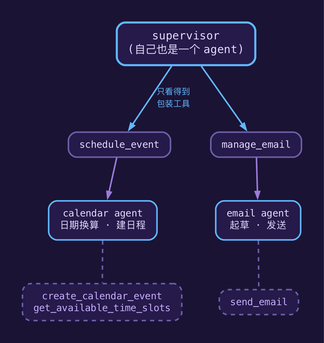
sailor723/langconfig keeps this Graphviz diagram as docs/assets/supervisor-workers.png. Above is the earlier version. Its source is kept beside it as docs/assets/supervisor-workers.dot. Its diagram source:
```dot
digraph supervisor {
  rankdir=TB;
  bgcolor="#1A1334";
  pad=0.45;
  nodesep=0.75;
  ranksep=0.85;
  fontname="Menlo";

  node [shape=box, style="rounded,filled", penwidth=2.2, fontname="Menlo", fontsize=14,
        margin="0.22,0.13", fillcolor="#251A49", color="#9B7BDB", fontcolor="#E5DBFF"];
  edge [fontname="Menlo", fontsize=12, color="#9B7BDB", fontcolor="#C7AEFF",
        penwidth=2.2, arrowsize=0.9];

  sup [label="supervisor\n(自己也是一个 agent)", fontsize=16, penwidth=3.0, color="#62B7FF"];
  sch [label="schedule_event", color="#6E5FA8"];
  mng [label="manage_email", color="#6E5FA8"];
  cal [label="calendar agent\n日期换算 · 建日程", color="#62B7FF"];
  eml [label="email agent\n起草 · 发送", color="#62B7FF"];
  tol [label="create_calendar_event\nget_available_time_slots", shape=box, style="rounded,filled,dashed",
       color="#6E5FA8", fontcolor="#C7AEFF"];
  tol2 [label="send_email", style="rounded,filled,dashed", color="#6E5FA8", fontcolor="#C7AEFF"];

  sup -> sch [label="只看得到\n包装工具", color="#62B7FF", fontcolor="#62B7FF"];
  sup -> mng [color="#62B7FF"];
  sch -> cal;
  mng -> eml;
  cal -> tol [style=dashed, arrowhead=none, color="#6E5FA8"];
  eml -> tol2 [style=dashed, arrowhead=none, color="#6E5FA8"];

  {rank=same; sch; mng;}
  {rank=same; cal; eml;}
  {rank=same; tol; tol2;}
}
```
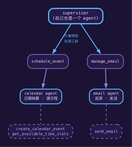
Later version of the same file.

The edit, as a diff of the source:
```diff
@@ -1,17 +1,17 @@
 digraph supervisor {
   rankdir=TB;
   bgcolor="#1A1334";
-  pad=0.45;
-  nodesep=0.75;
-  ranksep=0.85;
+  pad=0.30;
+  nodesep=0.64;
+  ranksep=0.72;
   fontname="Menlo";
 
-  node [shape=box, style="rounded,filled", penwidth=2.2, fontname="Menlo", fontsize=14,
-        margin="0.22,0.13", fillcolor="#251A49", color="#9B7BDB", fontcolor="#E5DBFF"];
-  edge [fontname="Menlo", fontsize=12, color="#9B7BDB", fontcolor="#C7AEFF",
+  node [shape=box, style="rounded,filled", penwidth=2.2, fontname="Menlo", fontsize=10,
+        margin="0.14,0.07", fillcolor="#251A49", color="#9B7BDB", fontcolor="#E5DBFF"];
+  edge [fontname="Menlo", fontsize=9, color="#9B7BDB", fontcolor="#C7AEFF",
         penwidth=2.2, arrowsize=0.9];
 
-  sup [label="supervisor\n(自己也是一个 agent)", fontsize=16, penwidth=3.0, color="#62B7FF"];
+  sup [label="supervisor\n(自己也是一个 agent)", fontsize=11, penwidth=3.0, color="#62B7FF"];
   sch [label="schedule_event", color="#6E5FA8"];
   mng [label="manage_email", color="#6E5FA8"];
   cal [label="calendar agent\n日期换算 · 建日程", color="#62B7FF"];
```
